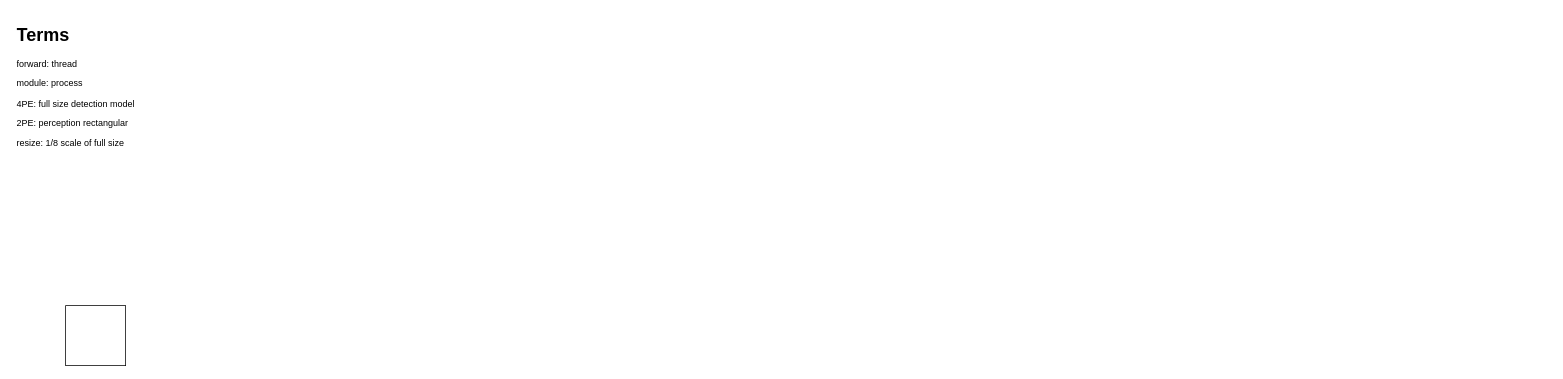
Above: 未命名绘图.drawio in braisedcutesnail/AICPP (draw.io), before the change. Source tidied: cells renumbered, new cells numbered last; positions are measured from the earlier drawing's top-left corner, leaving out a move shared by most shapes. Both pictures are drawn from the tidied source at 75%, with x=0, y=0 at pixel (13, 20).
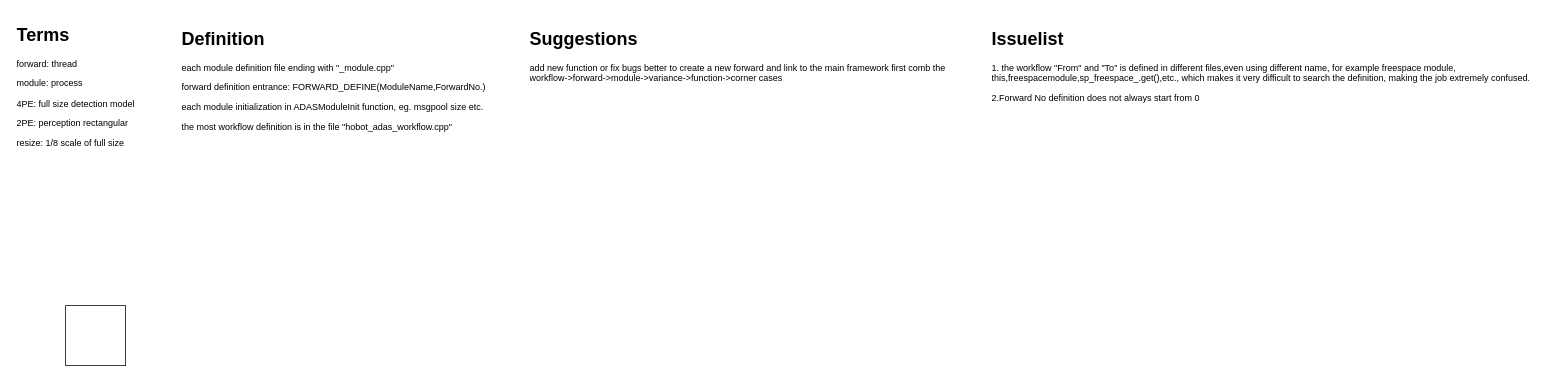
After the change.

Change to the diagram source:
```diff
@@
 <mxGraphModel>
   <root>
     <mxCell id="0" />
     <mxCell id="1" parent="0" />
     <mxCell id="2" style="whiteSpace=wrap;html=1;" parent="1" vertex="1">
       <mxGeometry x="70" y="380" width="80" height="80" as="geometry" />
     </mxCell>
     <mxCell id="3" value="&lt;h1&gt;Terms&lt;/h1&gt;&lt;p&gt;forward: thread&lt;/p&gt;&lt;p&gt;module: process&lt;/p&gt;&lt;p&gt;4PE: full size detection model&lt;/p&gt;&lt;p&gt;2PE: perception rectangular&lt;/p&gt;&lt;p&gt;resize: 1/8 scale of full size&lt;/p&gt;&lt;p&gt;crop: roi of the full size, most areas of full size based on fixed rules&lt;/p&gt;" style="text;html=1;strokeColor=none;fillColor=none;spacing=5;spacingTop=-20;whiteSpace=wrap;overflow=hidden;rounded=0;" parent="1" vertex="1">
       <mxGeometry width="250" height="180" as="geometry" />
     </mxCell>
+    <mxCell id="4" value="&lt;h1&gt;Definition&lt;/h1&gt;&lt;p&gt;each module definition file ending with &quot;_module.cpp&quot;&lt;/p&gt;&lt;p&gt;forward definition entrance: FORWARD_DEFINE(ModuleName,ForwardNo.)&lt;/p&gt;&lt;p&gt;each module initialization in ADASModuleInit function, eg. msgpool size etc.&lt;/p&gt;&lt;p&gt;the most workflow definition is in the file &quot;hobot_adas_workflow.cpp&quot;&lt;/p&gt;" style="text;html=1;strokeColor=none;fillColor=none;spacing=5;spacingTop=-20;whiteSpace=wrap;overflow=hidden;rounded=0;" parent="1" vertex="1">
+      <mxGeometry x="220" y="5" width="440" height="170" as="geometry" />
+    </mxCell>
+    <mxCell id="5" value="&lt;h1&gt;Suggestions&lt;/h1&gt;&lt;div&gt;add new function or fix bugs better to create a new forward and link to the main framework first comb the workflow-&amp;gt;forward-&amp;gt;module-&amp;gt;variance-&amp;gt;function-&amp;gt;corner cases&lt;/div&gt;&lt;p&gt;&lt;br&gt;&lt;/p&gt;" style="text;html=1;strokeColor=none;fillColor=none;spacing=5;spacingTop=-20;whiteSpace=wrap;overflow=hidden;rounded=0;" parent="1" vertex="1">
+      <mxGeometry x="684" y="5" width="566" height="120" as="geometry" />
+    </mxCell>
+    <mxCell id="6" value="&lt;h1&gt;Issuelist&lt;/h1&gt;&lt;p&gt;1. the workflow &quot;From&quot; and &quot;To&quot; is defined in different files,even using different name, for example freespace module, this,freespacemodule,sp_freespace_.get(),etc., which makes it very difficult to search the definition, making the job extremely confused.&lt;/p&gt;&lt;p&gt;2.Forward No definition does not always start from 0&lt;/p&gt;" style="text;html=1;strokeColor=none;fillColor=none;spacing=5;spacingTop=-20;whiteSpace=wrap;overflow=hidden;rounded=0;" parent="1" vertex="1">
+      <mxGeometry x="1300" y="5" width="750" height="120" as="geometry" />
+    </mxCell>
   </root>
 </mxGraphModel>
```
